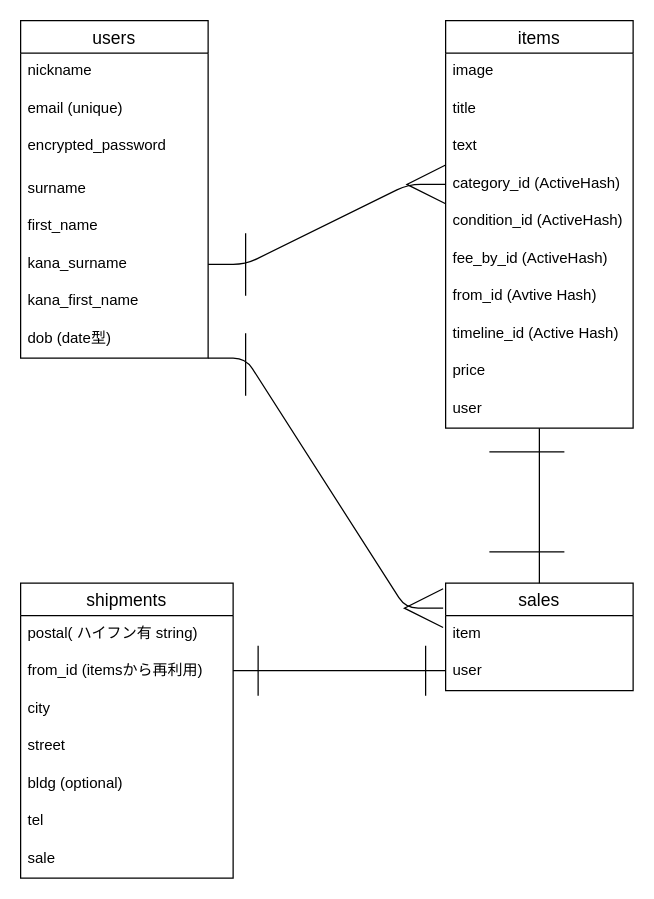
Before: furima.dio in U-ki-M/furima-36120, a draw.io diagram. Source tidied: cells renumbered, new cells numbered last; positions are measured from the earlier drawing's top-left corner, leaving out a move shared by most shapes. Both pictures are drawn from the tidied source at 125%, with x=0, y=0 at pixel (20, 20).
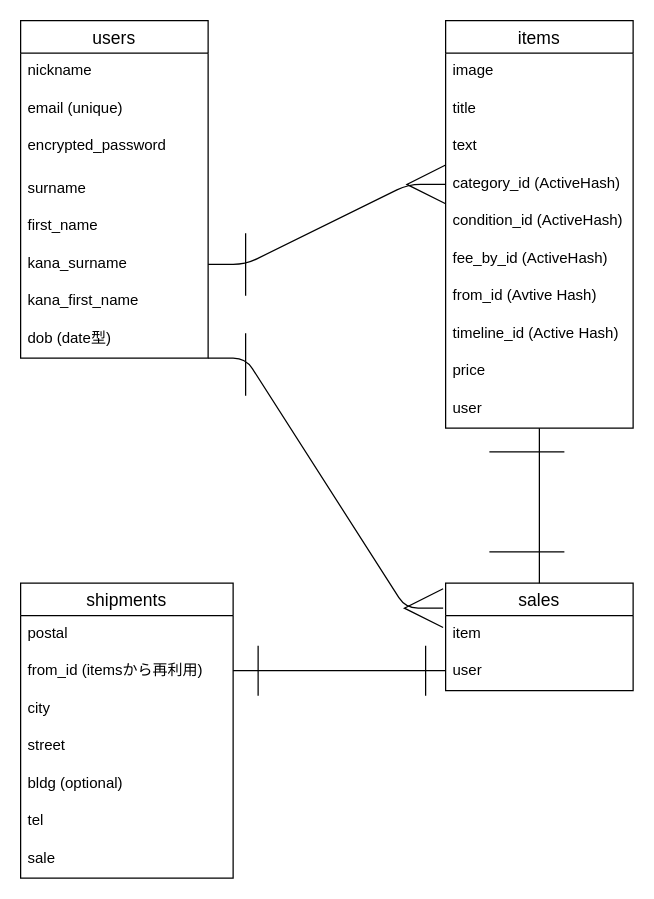
After the change.

Commit message:
ER図　再更新

Unchanged cells that the change refers to:
```xml
<mxCell id="14" value="shipments" style="swimlane;fontStyle=0;horizontal=1;startSize=26;align=center;fontSize=14;" parent="1" vertex="1">
  <mxGeometry y="450" width="170" height="236" as="geometry" />
</mxCell>
```

Change to the diagram source:
```diff
@@
-    <mxCell id="15" value="postal( ハイフン有 string)" style="text;strokeColor=none;fillColor=none;spacingLeft=4;spacingRight=4;overflow=hidden;fontSize=12;" parent="14" vertex="1">
+    <mxCell id="15" value="postal" style="text;strokeColor=none;fillColor=none;spacingLeft=4;spacingRight=4;overflow=hidden;fontSize=12;" parent="14" vertex="1">
       <mxGeometry y="26" width="170" height="30" as="geometry" />
     </mxCell>
```
